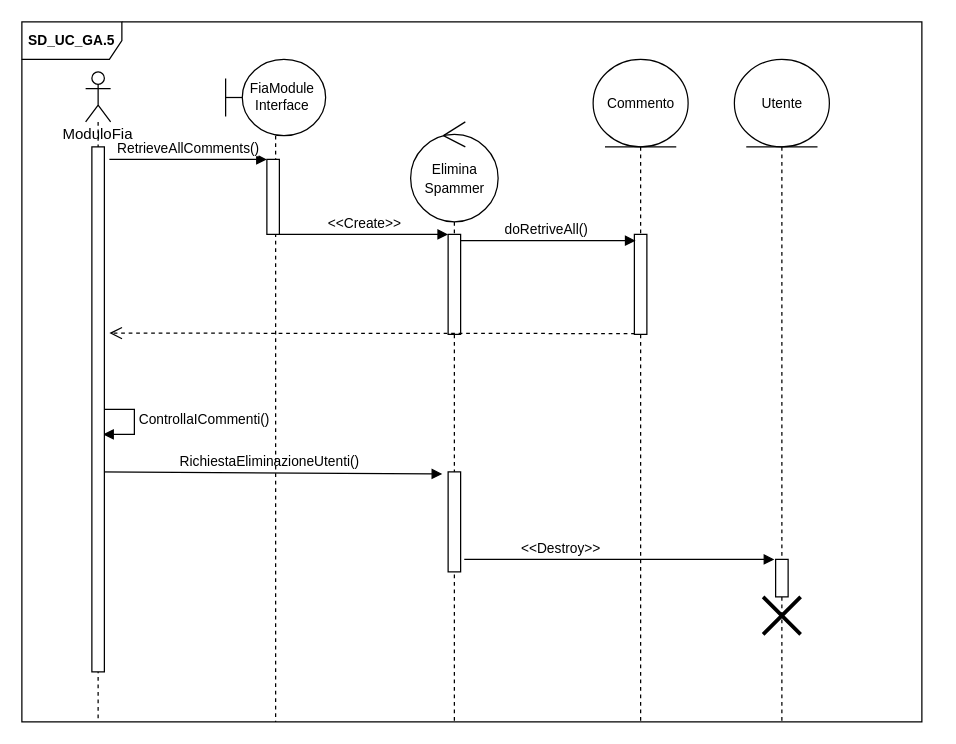
The draw.io diagram page "SD_UC_GA.5" (1 of 6) of Schemi/RAD/SequenceDiagrams.drawio in EmmanuelEngineer/E.M.A.A., before the edit. Source tidied: cells renumbered, new cells numbered last; positions are measured from the earlier drawing's top-left corner, leaving out a move shared by most shapes. Both pictures are drawn from the tidied source at 125%, with x=0, y=0 at pixel (21, 21).
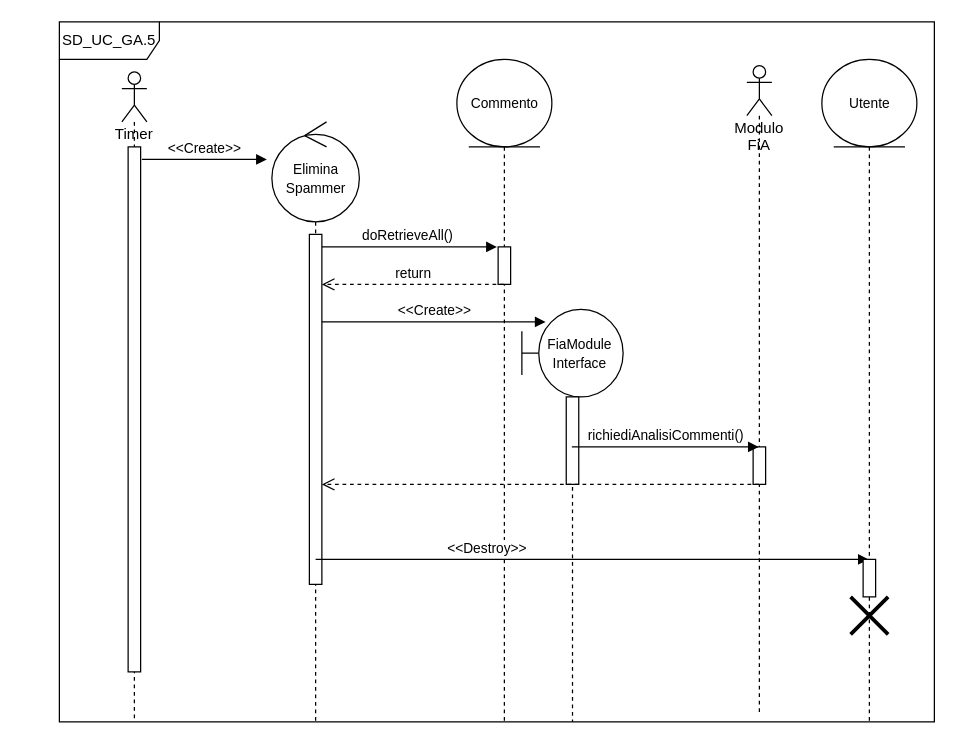
After the change.

Diff of the diagram source:
```diff
@@
-    <mxCell id="2" value="&lt;font style=&quot;font-size: 11px&quot;&gt;&lt;b&gt;SD_UC_GA.5&lt;/b&gt;&lt;/font&gt;" style="shape=umlFrame;whiteSpace=wrap;html=1;width=80;height=30;" parent="1" vertex="1">
-      <mxGeometry width="720" height="560" as="geometry" />
+    <mxCell id="2" value="SD_UC_GA.5" style="shape=umlFrame;width=80;height=30;whiteSpace=wrap;html=1;" parent="1" vertex="1">
+      <mxGeometry x="30" width="700" height="560" as="geometry" />
     </mxCell>
-    <mxCell id="3" value="RichiestaEliminazioneUtenti()" style="html=1;verticalAlign=bottom;endArrow=block;rounded=0;fontSize=11;entryX=-0.467;entryY=0.021;entryDx=0;entryDy=0;entryPerimeter=0;" parent="1" edge="1" target="13">
-      <mxGeometry relative="1" as="geometry">
-        <mxPoint x="60" y="360" as="sourcePoint" />
-      </mxGeometry>
-    </mxCell>
-    <mxCell id="4" value="ControllaICommenti()" style="edgeStyle=orthogonalEdgeStyle;html=1;align=left;spacingLeft=2;endArrow=block;rounded=0;entryX=1;entryY=0;fontSize=11;" parent="1" edge="1">
-      <mxGeometry relative="1" as="geometry">
-        <mxPoint x="60" y="310" as="sourcePoint" />
-        <mxPoint x="65" y="330" as="targetPoint" />
-        <Array as="points">
-          <mxPoint x="90" y="310" />
-        </Array>
-      </mxGeometry>
-    </mxCell>
-    <mxCell id="5" value="ModuloFia" style="shape=umlLifeline;participant=umlActor;perimeter=lifelinePerimeter;whiteSpace=wrap;html=1;verticalAlign=top;spacingTop=36;fillColor=default;gradientColor=none;size=40;" parent="1" vertex="1">
-      <mxGeometry x="51" y="40" width="20" height="520" as="geometry" />
+    <mxCell id="5" value="Timer" style="shape=umlLifeline;participant=umlActor;perimeter=lifelinePerimeter;whiteSpace=wrap;html=1;verticalAlign=top;spacingTop=36;fillColor=default;gradientColor=none;size=40;" parent="1" vertex="1">
+      <mxGeometry x="80" y="40" width="20" height="520" as="geometry" />
     </mxCell>
@@
-    <mxCell id="7" style="shape=umlLifeline;participant=umlBoundary;perimeter=lifelinePerimeter;whiteSpace=wrap;html=1;verticalAlign=top;spacingTop=36;fillColor=default;gradientColor=none;size=61;" parent="1" vertex="1">
-      <mxGeometry x="163" y="30" width="80" height="530" as="geometry" />
-    </mxCell>
-    <mxCell id="8" value="FiaModule &lt;br&gt;Interface" style="text;html=1;align=center;verticalAlign=middle;strokeColor=none;fillColor=none;fontSize=11;" parent="7" vertex="1">
-      <mxGeometry x="10" y="15" width="70" height="30" as="geometry" />
-    </mxCell>
-    <mxCell id="9" style="html=1;points=[];perimeter=orthogonalPerimeter;fontSize=7;fillColor=default;gradientColor=none;" parent="7" vertex="1">
-      <mxGeometry x="33" y="80" width="10" height="60" as="geometry" />
-    </mxCell>
     <mxCell id="10" style="shape=umlLifeline;participant=umlControl;perimeter=lifelinePerimeter;whiteSpace=wrap;html=1;verticalAlign=top;spacingTop=36;fillColor=default;gradientColor=none;size=80;" parent="1" vertex="1">
-      <mxGeometry x="311" y="80" width="70" height="480" as="geometry" />
+      <mxGeometry x="200" y="80" width="70" height="480" as="geometry" />
     </mxCell>
@@
     <mxCell id="12" style="html=1;points=[];perimeter=orthogonalPerimeter;fontSize=7;fillColor=default;gradientColor=none;" parent="10" vertex="1">
-      <mxGeometry x="30" y="90" width="10" height="80" as="geometry" />
+      <mxGeometry x="30" y="90" width="10" height="280" as="geometry" />
     </mxCell>
-    <mxCell id="13" style="html=1;points=[];perimeter=orthogonalPerimeter;fontSize=7;fillColor=default;gradientColor=none;" parent="10" vertex="1">
-      <mxGeometry x="30" y="280" width="10" height="80" as="geometry" />
-    </mxCell>
+    <mxCell id="17" value="&lt;font style=&quot;font-size: 11px&quot;&gt;doRetrieveAll()&amp;nbsp;&lt;/font&gt;" style="html=1;verticalAlign=bottom;endArrow=block;rounded=0;fontSize=7;anchorPointDirection=1;" parent="10" edge="1">
+      <mxGeometry relative="1" as="geometry">
+        <mxPoint x="40" y="100" as="sourcePoint" />
+        <mxPoint x="180" y="100" as="targetPoint" />
+      </mxGeometry>
+    </mxCell>
     <mxCell id="14" style="shape=umlLifeline;participant=umlEntity;perimeter=lifelinePerimeter;whiteSpace=wrap;html=1;verticalAlign=top;spacingTop=36;outlineConnect=0;fillColor=default;gradientColor=none;size=70;" parent="1" vertex="1">
-      <mxGeometry x="457" y="30" width="76" height="530" as="geometry" />
+      <mxGeometry x="348" y="30" width="76" height="530" as="geometry" />
     </mxCell>
@@
     <mxCell id="16" style="html=1;points=[];perimeter=orthogonalPerimeter;fontSize=7;fillColor=default;gradientColor=none;" parent="14" vertex="1">
-      <mxGeometry x="33" y="140" width="10" height="80" as="geometry" />
+      <mxGeometry x="33" y="150" width="10" height="30" as="geometry" />
     </mxCell>
-    <mxCell id="17" value="&lt;font style=&quot;font-size: 11px&quot;&gt;doRetriveAll()&amp;nbsp;&lt;/font&gt;" style="html=1;verticalAlign=bottom;endArrow=block;rounded=0;fontSize=7;anchorPointDirection=1;" parent="1" edge="1">
-      <mxGeometry relative="1" as="geometry">
-        <mxPoint x="351" y="175" as="sourcePoint" />
-        <mxPoint x="491" y="175" as="targetPoint" />
-      </mxGeometry>
-    </mxCell>
-    <mxCell id="18" style="html=1;verticalAlign=bottom;endArrow=open;dashed=1;endSize=8;rounded=0;fontSize=7;exitX=0.043;exitY=0.992;exitDx=0;exitDy=0;exitPerimeter=0;startSize=8;" parent="1" edge="1" source="16">
-      <mxGeometry relative="1" as="geometry">
-        <mxPoint x="70" y="249" as="targetPoint" />
-      </mxGeometry>
-    </mxCell>
-    <mxCell id="19" value="&lt;font style=&quot;font-size: 11px&quot;&gt;&amp;lt;&amp;lt;Destroy&amp;gt;&amp;gt;&lt;/font&gt;" style="html=1;verticalAlign=bottom;endArrow=block;rounded=0;fontSize=7;exitX=1.037;exitY=0.342;exitDx=0;exitDy=0;exitPerimeter=0;" parent="1" edge="1">
+    <mxCell id="19" value="&lt;font style=&quot;font-size: 11px&quot;&gt;&amp;lt;&amp;lt;Destroy&amp;gt;&amp;gt;&lt;/font&gt;" style="html=1;verticalAlign=bottom;endArrow=block;rounded=0;fontSize=7;" parent="1" edge="1" target="21">
       <mxGeometry x="-0.38" relative="1" as="geometry">
-        <mxPoint x="353.9" y="430" as="sourcePoint" />
-        <mxPoint x="602" y="430" as="targetPoint" />
+        <mxPoint x="235" y="430" as="sourcePoint" />
       </mxGeometry>
     </mxCell>
-    <mxCell id="20" value="RetrieveAllComments()" style="html=1;verticalAlign=bottom;endArrow=block;rounded=0;fontSize=11;" parent="1" edge="1" target="9">
+    <mxCell id="20" value="&amp;lt;&amp;lt;Create&amp;gt;&amp;gt;" style="html=1;verticalAlign=bottom;endArrow=block;rounded=0;fontSize=11;" parent="1" edge="1">
       <mxGeometry relative="1" as="geometry">
-        <mxPoint x="70" y="110" as="sourcePoint" />
+        <mxPoint x="96" y="110" as="sourcePoint" />
+        <mxPoint x="196" y="110" as="targetPoint" />
         <Array as="points">
           <mxPoint x="171" y="110" />
         </Array>
       </mxGeometry>
     </mxCell>
     <mxCell id="21" style="shape=umlLifeline;participant=umlEntity;perimeter=lifelinePerimeter;whiteSpace=wrap;html=1;verticalAlign=top;spacingTop=36;outlineConnect=0;fillColor=default;gradientColor=none;size=70;" parent="1" vertex="1">
-      <mxGeometry x="570" y="30" width="76" height="530" as="geometry" />
+      <mxGeometry x="640" y="30" width="76" height="530" as="geometry" />
     </mxCell>
@@
+    <mxCell id="26" value="return" style="html=1;verticalAlign=bottom;endArrow=open;dashed=1;endSize=8;rounded=0;" parent="1" edge="1" source="14">
+      <mxGeometry relative="1" as="geometry">
+        <mxPoint x="240" y="210" as="targetPoint" />
+        <Array as="points">
+          <mxPoint x="350" y="210" />
+        </Array>
+      </mxGeometry>
+    </mxCell>
+    <mxCell id="27" style="shape=umlLifeline;participant=umlBoundary;perimeter=lifelinePerimeter;whiteSpace=wrap;html=1;verticalAlign=top;spacingTop=36;fontSize=12;size=70;" parent="1" vertex="1">
+      <mxGeometry x="400" y="230" width="81" height="330" as="geometry" />
+    </mxCell>
+    <mxCell id="8" value="&lt;font style=&quot;font-size: 11px&quot;&gt;FiaModule&lt;br&gt;Interface&lt;br&gt;&lt;/font&gt;" style="text;html=1;align=center;verticalAlign=middle;strokeColor=none;fillColor=none;" parent="27" vertex="1">
+      <mxGeometry x="11" y="20" width="70" height="30" as="geometry" />
+    </mxCell>
+    <mxCell id="28" style="html=1;perimeter=orthogonalPerimeter;fontSize=12;align=center;" parent="27" vertex="1">
+      <mxGeometry x="35.5" y="70" width="10" height="70" as="geometry" />
+    </mxCell>
-    <mxCell id="25" value="&lt;font style=&quot;font-size: 11px&quot;&gt;&amp;lt;&amp;lt;Create&amp;gt;&amp;gt;&lt;/font&gt;" style="html=1;verticalAlign=bottom;endArrow=block;rounded=0;fontSize=7;exitX=1.037;exitY=0.342;exitDx=0;exitDy=0;exitPerimeter=0;" parent="1" edge="1" target="12">
+    <mxCell id="25" value="&lt;font style=&quot;font-size: 11px&quot;&gt;&amp;lt;&amp;lt;Create&amp;gt;&amp;gt;&lt;/font&gt;" style="html=1;verticalAlign=bottom;endArrow=block;rounded=0;fontSize=7;anchorPointDirection=1;" parent="1" edge="1">
       <mxGeometry relative="1" as="geometry">
-        <mxPoint x="206" y="170" as="sourcePoint" />
+        <mxPoint x="240" y="240" as="sourcePoint" />
+        <mxPoint x="419" y="240" as="targetPoint" />
       </mxGeometry>
     </mxCell>
+    <mxCell id="29" value="Modulo FiA" style="shape=umlLifeline;participant=umlActor;perimeter=lifelinePerimeter;whiteSpace=wrap;html=1;verticalAlign=top;spacingTop=36;outlineConnect=0;fillColor=default;gradientColor=none;size=40;" parent="1" vertex="1">
+      <mxGeometry x="580" y="35" width="20" height="520" as="geometry" />
+    </mxCell>
+    <mxCell id="30" style="html=1;perimeter=orthogonalPerimeter;fontSize=12;align=center;" parent="29" vertex="1">
+      <mxGeometry x="5" y="305" width="10" height="30" as="geometry" />
+    </mxCell>
+    <mxCell id="31" value="&lt;span style=&quot;font-size: 11px&quot;&gt;richiediAnalisiCommenti()&lt;/span&gt;" style="html=1;verticalAlign=bottom;endArrow=block;rounded=0;fontSize=7;anchorPointDirection=1;" parent="1" edge="1" target="29">
+      <mxGeometry relative="1" as="geometry">
+        <mxPoint x="440" y="340" as="sourcePoint" />
+      </mxGeometry>
+    </mxCell>
+    <mxCell id="32" style="html=1;verticalAlign=bottom;endArrow=open;dashed=1;endSize=8;rounded=0;" parent="1" edge="1" source="29">
+      <mxGeometry relative="1" as="geometry">
+        <mxPoint x="240" y="370" as="targetPoint" />
+        <Array as="points">
+          <mxPoint x="510" y="370" />
+        </Array>
+      </mxGeometry>
+    </mxCell>
```
